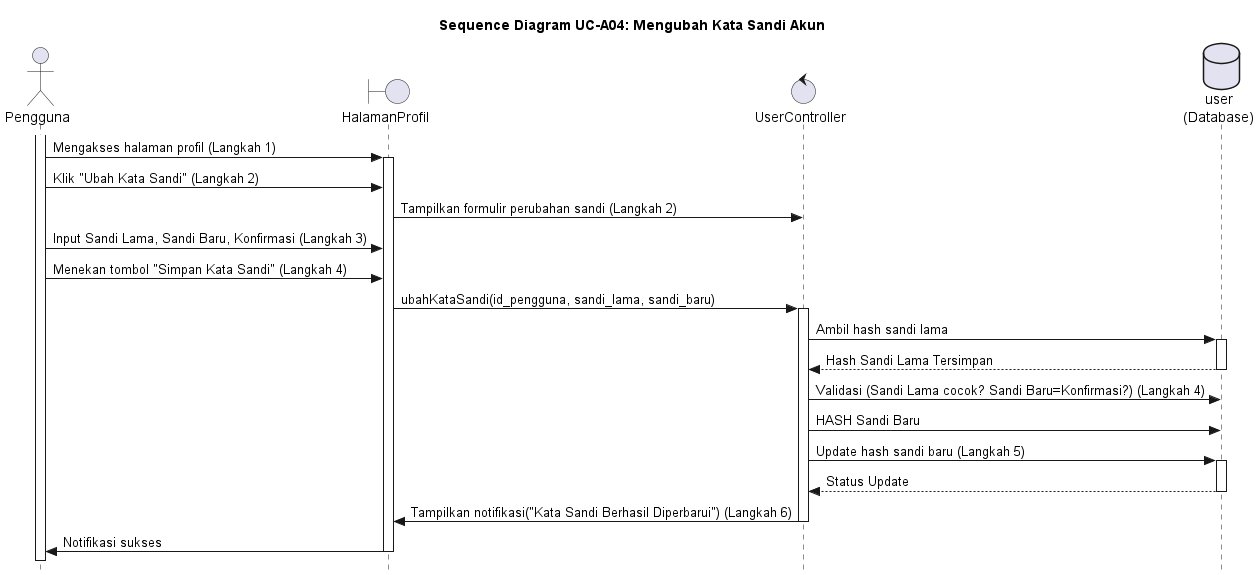
Earlier version of the PlantUML export out/UC-A04/SD-UC-A04_UbahKataSandi.png (alfiahnurfa/RSI-PROYEK-AKHIR-SEQUENCE).
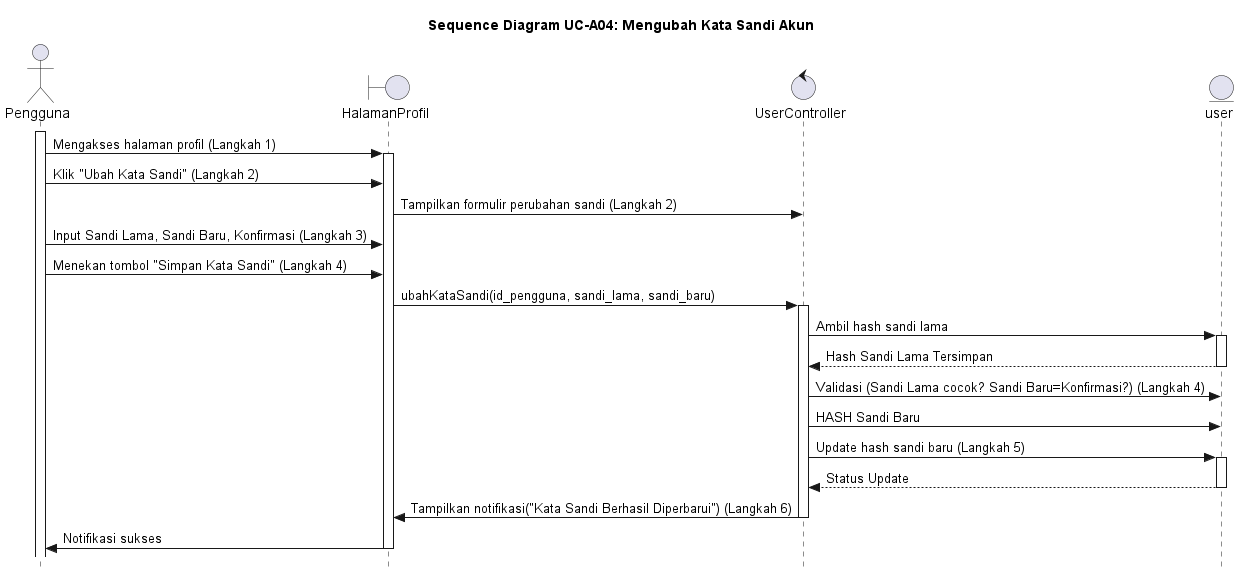
The same diagram one commit later.

What changed in the source:
```diff
@@ -5,7 +5,7 @@
 actor Pengguna
 boundary HalamanProfil
 control UserController
-database user as "user\n(Database)"
+entity user
 
 
 activate Pengguna
```
